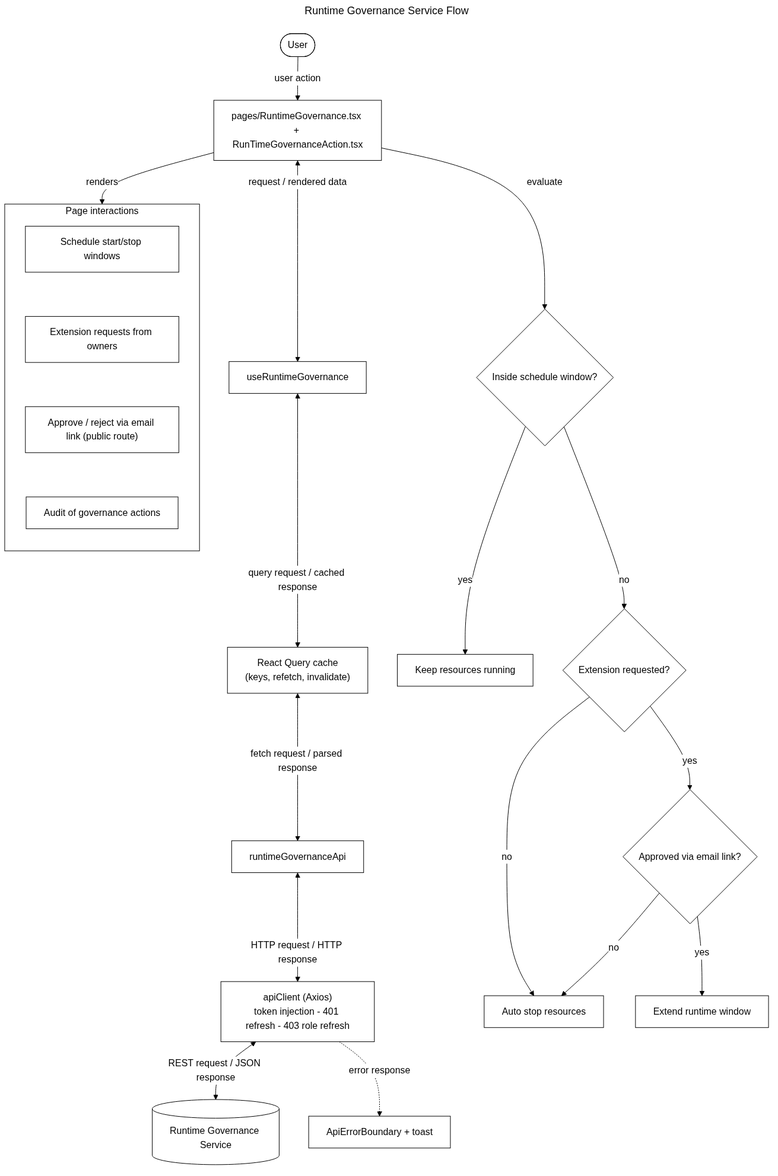
This is docs/flowcharts/png/runtime-governance.png from sayeeduddinofficial/user-table-view, a Mermaid export, as it was before one commit. Its source is kept beside it as docs/flowcharts/runtime-governance.mmd.
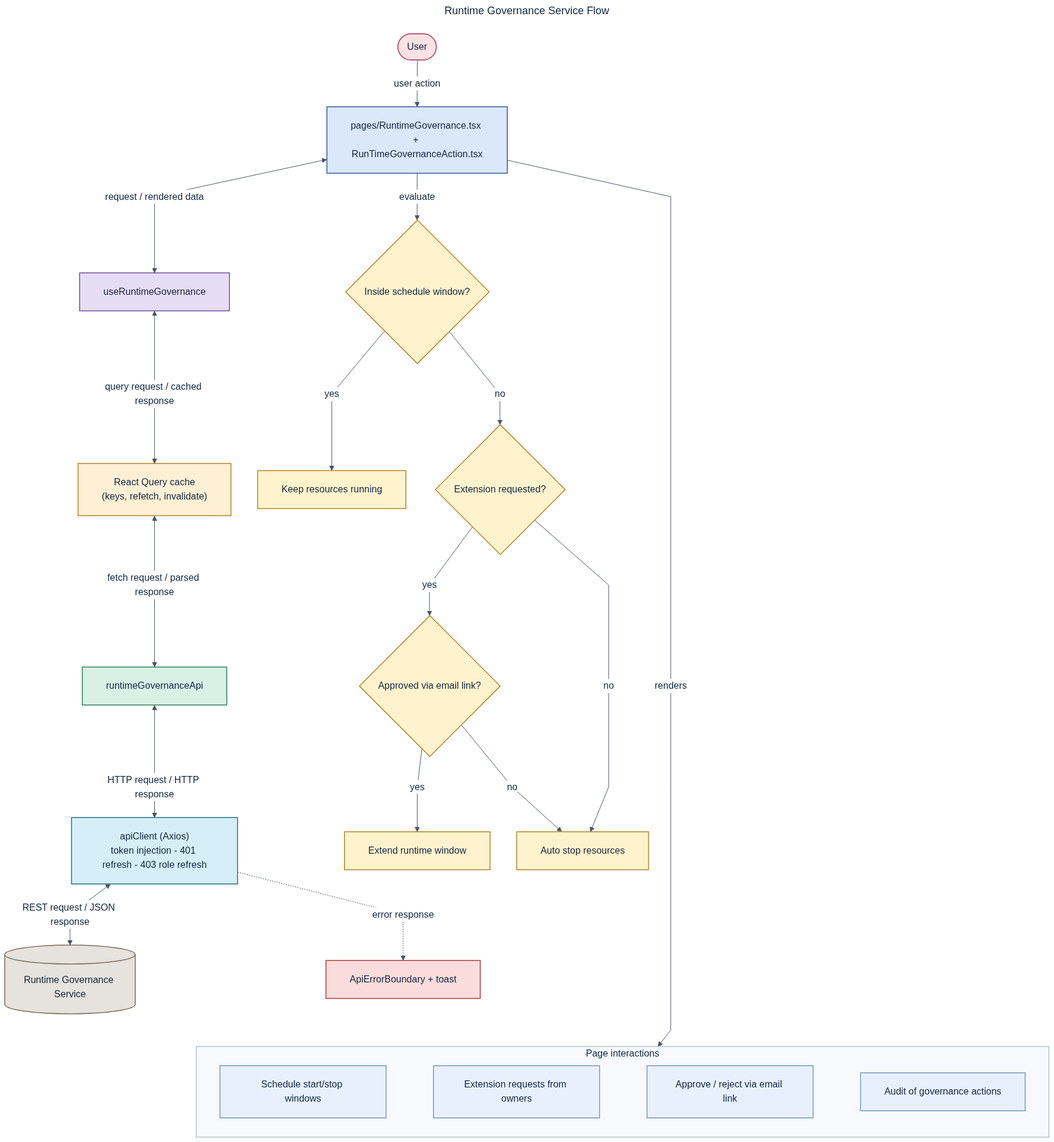
After the commit.

Change to the diagram source:
```diff
@@ -10,14 +10,15 @@
   C <-->|"REST request / JSON response"| S[("Runtime Governance Service")]
   P -->|"renders"| UI
   subgraph UI[Page interactions]
-    direction TB
+    direction LR
     S0["Schedule start/stop windows"]
     S1["Extension requests from owners"]
-    S2["Approve / reject via email link (public route)"]
+    S2["Approve / reject via email link"]
     S3["Audit of governance actions"]
     S0 ~~~ S1 ~~~ S2 ~~~ S3
   end
   C -. "error response" .-> E["ApiErrorBoundary + toast"]
+  E ~~~ UI
 
   P -->|"evaluate"| X0
   X0{"Inside schedule window?"} -->|"yes"| X1["Keep resources running"]
@@ -26,3 +27,22 @@
   X2 -->|"no"| X4["Auto stop resources"]
   X3 -->|"yes"| X5["Extend runtime window"]
   X3 -->|"no"| X4
+
+classDef actor fill:#fde2e4,stroke:#b3546a,stroke-width:1.5px,color:#12263f;
+classDef page fill:#dbe7fb,stroke:#2f5d9e,stroke-width:1.5px,color:#12263f;
+classDef hook fill:#e6ddf5,stroke:#6b4fa0,stroke-width:1.5px,color:#12263f;
+classDef cache fill:#fdf0d5,stroke:#b58324,stroke-width:1.5px,color:#12263f;
+classDef api fill:#d8f0e6,stroke:#2e7d5b,stroke-width:1.5px,color:#12263f;
+classDef client fill:#d5eef7,stroke:#22708c,stroke-width:1.5px,color:#12263f;
+classDef svc fill:#e6e2dc,stroke:#7a6a55,stroke-width:1.5px,color:#12263f;
+classDef err fill:#fbdcdc,stroke:#b03a3a,stroke-width:1.5px,color:#12263f;
+classDef dec fill:#fff3cd,stroke:#b58324,stroke-width:1.5px,color:#12263f;
+class A api;
+class C client;
+class E err;
+class H hook;
+class P page;
+class Q cache;
+class S svc;
+class U actor;
+class X0,X1,X2,X3,X4,X5 dec;
```
